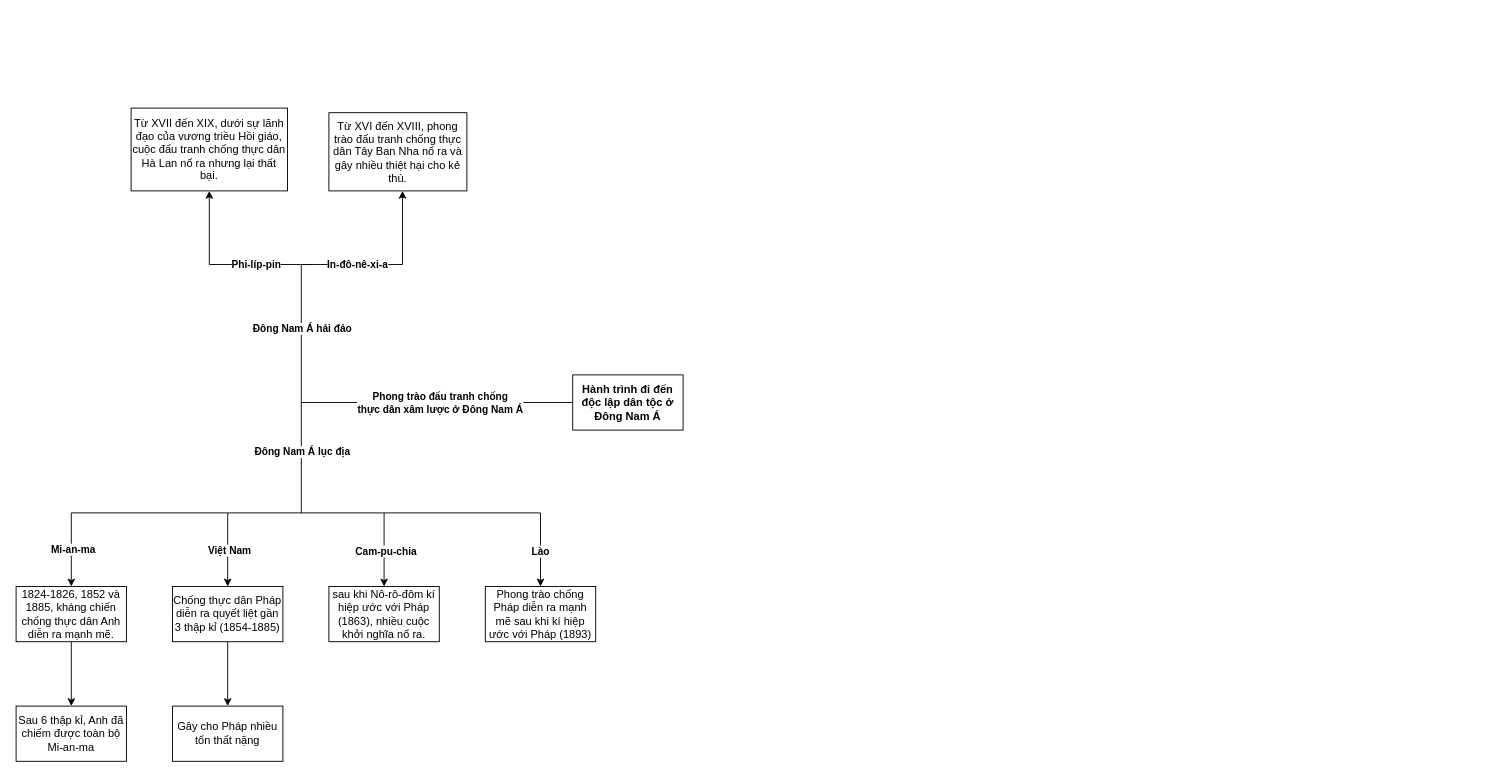
Before: Untitled Diagram.drawio in AnimeNyaruko/FlowChart, a draw.io diagram. Source tidied: cells renumbered, new cells numbered last; positions are measured from the earlier drawing's top-left corner, leaving out a move shared by most shapes. Both pictures are drawn from the tidied source at 92%, with x=0, y=0 at pixel (16, 108).
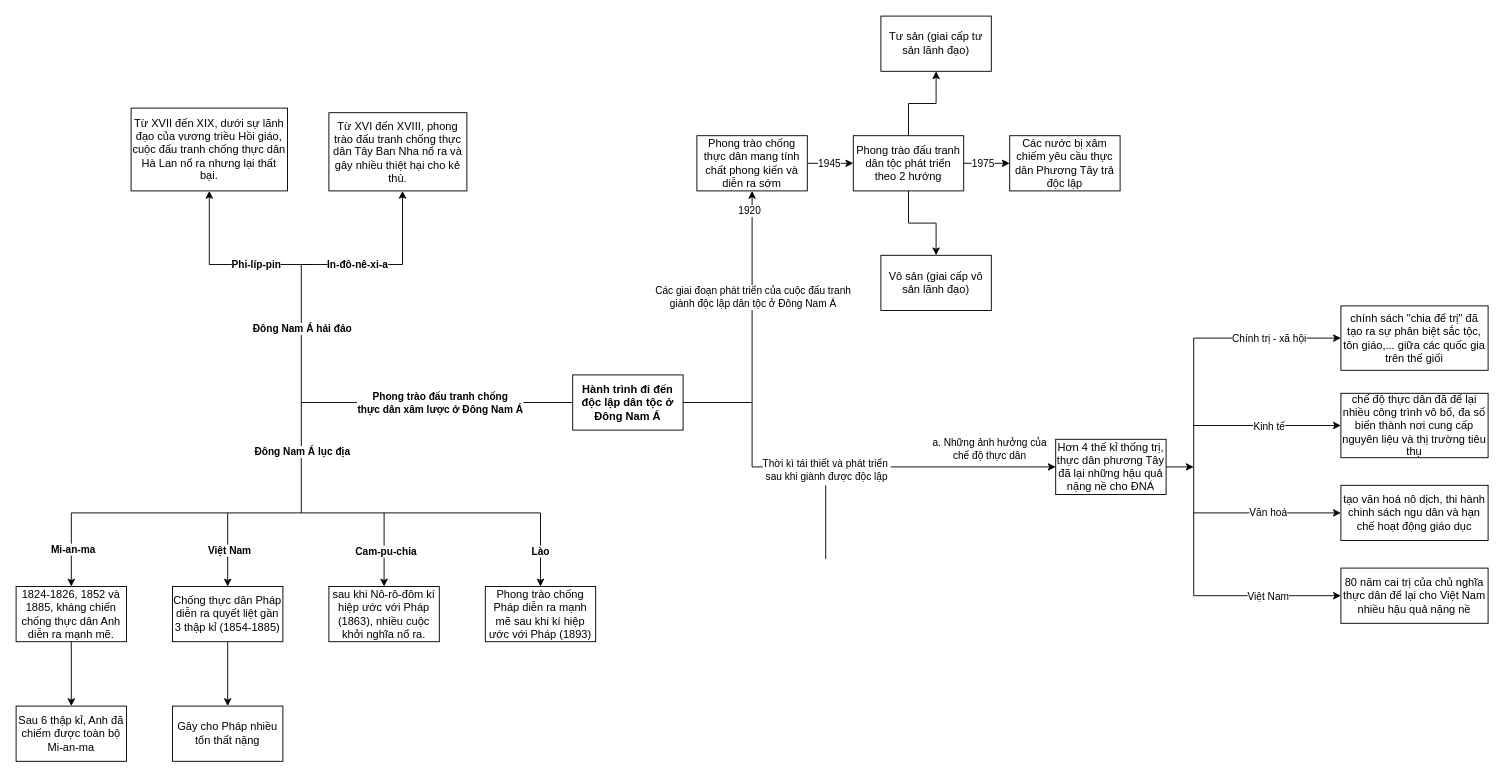
The same page after the edit.

The change refers to these unchanged cells:
```xml
<mxCell id="2" value="Hành trình đi đến độc lập dân tộc ở Đông Nam Á" style="rounded=0;whiteSpace=wrap;html=1;fontStyle=1;" parent="1" vertex="1">
  <mxGeometry x="605" y="290" width="120" height="60" as="geometry" />
</mxCell>
```

What changed in the source:
```diff
@@
+    <mxCell id="34" style="endArrow=none;html=1;rounded=0;exitX=1;exitY=0.5;exitDx=0;exitDy=0;" parent="1" edge="1" source="2">
+      <mxGeometry relative="1" as="geometry">
+        <mxPoint x="800" y="320" as="targetPoint" />
+      </mxGeometry>
+    </mxCell>
+    <mxCell id="35" style="endArrow=none;html=1;rounded=0;" parent="1" edge="1">
+      <mxGeometry relative="1" as="geometry">
+        <mxPoint x="800" y="390" as="sourcePoint" />
+        <mxPoint x="800" y="320" as="targetPoint" />
+      </mxGeometry>
+    </mxCell>
+    <mxCell id="36" style="endArrow=none;html=1;rounded=0;" parent="1" edge="1">
+      <mxGeometry relative="1" as="geometry">
+        <mxPoint x="800" y="390" as="sourcePoint" />
+        <mxPoint x="960" y="390" as="targetPoint" />
+      </mxGeometry>
+    </mxCell>
+    <mxCell id="37" value="Thời kì tái thiết và phát triển&amp;nbsp;&lt;div&gt;sau khi giành được độc lập&lt;/div&gt;" style="edgeLabel;html=1;align=center;verticalAlign=middle;" parent="36" vertex="1">
+      <mxGeometry x="-0.4" y="-3" relative="1" as="geometry">
+        <mxPoint x="32" as="offset" />
+      </mxGeometry>
+    </mxCell>
+    <mxCell id="38" style="edgeStyle=orthogonalEdgeStyle;rounded=0;jettySize=auto;html=1;entryX=0;entryY=0.5;entryDx=0;entryDy=0;" parent="1" edge="1" source="40" target="45">
+      <mxGeometry relative="1" as="geometry" />
+    </mxCell>
+    <mxCell id="39" value="1945" style="edgeLabel;html=1;align=center;verticalAlign=middle;" parent="38" vertex="1">
+      <mxGeometry x="-0.07" y="1" relative="1" as="geometry" />
+    </mxCell>
+    <mxCell id="40" value="Phong trào chống thực dân mang tính chất phong kiến và diễn ra sớm" style="rounded=0;whiteSpace=wrap;html=1;" parent="1" vertex="1">
+      <mxGeometry x="740" y="30" width="120" height="60" as="geometry" />
+    </mxCell>
+    <mxCell id="41" style="edgeStyle=orthogonalEdgeStyle;rounded=0;jettySize=auto;html=1;" parent="1" edge="1" source="45" target="50">
+      <mxGeometry relative="1" as="geometry" />
+    </mxCell>
+    <mxCell id="42" style="edgeStyle=orthogonalEdgeStyle;rounded=0;jettySize=auto;html=1;" parent="1" edge="1" source="45" target="51">
+      <mxGeometry relative="1" as="geometry" />
+    </mxCell>
+    <mxCell id="43" style="edgeStyle=orthogonalEdgeStyle;rounded=0;jettySize=auto;html=1;entryX=0;entryY=0.5;entryDx=0;entryDy=0;" parent="1" edge="1" source="45" target="46">
+      <mxGeometry relative="1" as="geometry" />
+    </mxCell>
+    <mxCell id="44" value="1975" style="edgeLabel;html=1;align=center;verticalAlign=middle;" parent="43" vertex="1">
+      <mxGeometry x="-0.21" y="-1" relative="1" as="geometry">
+        <mxPoint y="-1" as="offset" />
+      </mxGeometry>
+    </mxCell>
+    <mxCell id="45" value="Phong trào đấu tranh dân tộc phát triển theo 2 hướng" style="rounded=0;whiteSpace=wrap;html=1;" parent="1" vertex="1">
+      <mxGeometry x="910" y="30" width="120" height="60" as="geometry" />
+    </mxCell>
+    <mxCell id="46" value="Các nước bị xâm chiếm yêu cầu thực dân Phương Tây trả độc lập" style="rounded=0;whiteSpace=wrap;html=1;" parent="1" vertex="1">
+      <mxGeometry x="1080" y="30" width="120" height="60" as="geometry" />
+    </mxCell>
+    <mxCell id="47" style="endArrow=classic;html=1;rounded=0;" parent="1" edge="1">
+      <mxGeometry relative="1" as="geometry">
+        <mxPoint x="800" y="320" as="sourcePoint" />
+        <mxPoint x="800" y="90" as="targetPoint" />
+      </mxGeometry>
+    </mxCell>
+    <mxCell id="48" value="Các giai đoạn phát triển của cuộc đấu tranh&lt;div&gt;giành độc lập dân tộc ở Đông Nam Á&lt;/div&gt;" style="edgeLabel;html=1;align=center;verticalAlign=middle;" parent="47" vertex="1">
+      <mxGeometry relative="1" as="geometry" />
+    </mxCell>
+    <mxCell id="49" value="1920" style="edgeLabel;html=1;align=right;verticalAlign=bottom;" parent="47" vertex="1">
+      <mxGeometry x="1" relative="1" as="geometry">
+        <mxPoint x="10" y="30" as="offset" />
+      </mxGeometry>
+    </mxCell>
+    <mxCell id="50" value="Tư sản (giai cấp tư sản lãnh đạo)" style="whiteSpace=wrap;html=1;rounded=0;" parent="1" vertex="1">
+      <mxGeometry x="940" y="-100" width="120" height="60" as="geometry" />
+    </mxCell>
+    <mxCell id="51" value="Vô sản (giai cấp vô sản lãnh đạo)" style="whiteSpace=wrap;html=1;rounded=0;" parent="1" vertex="1">
+      <mxGeometry x="940" y="160" width="120" height="60" as="geometry" />
+    </mxCell>
+    <mxCell id="52" style="endArrow=none;html=1;rounded=0;" parent="1" edge="1">
+      <mxGeometry relative="1" as="geometry">
+        <mxPoint x="880" y="410" as="sourcePoint" />
+        <mxPoint x="880" y="490" as="targetPoint" />
+      </mxGeometry>
+    </mxCell>
+    <mxCell id="53" style="endArrow=none;html=1;rounded=0;flowAnimation=0;shadow=0;strokeColor=default;anchorPointDirection=1;snapToPoint=0;" parent="1" edge="1">
+      <mxGeometry relative="1" as="geometry">
+        <mxPoint x="1280" y="530" as="sourcePoint" />
+        <mxPoint x="1280" y="250" as="targetPoint" />
+      </mxGeometry>
+    </mxCell>
+    <mxCell id="54" value="chính sách &quot;chia để trị&quot; đã tạo ra sự phân biệt sắc tộc, tôn giáo,... giữa các quốc gia trên thế giối" style="rounded=0;whiteSpace=wrap;html=1;" parent="1" vertex="1">
+      <mxGeometry x="1440" y="215" width="160" height="70" as="geometry" />
+    </mxCell>
+    <mxCell id="55" style="endArrow=classic;html=1;rounded=0;" parent="1" edge="1">
+      <mxGeometry relative="1" as="geometry">
+        <mxPoint x="960" y="390" as="sourcePoint" />
+        <mxPoint x="1130" y="390" as="targetPoint" />
+      </mxGeometry>
+    </mxCell>
+    <mxCell id="56" value="a. Những ảnh hưởng của&lt;div&gt;chế độ thực dân&lt;/div&gt;" style="edgeLabel;html=1;align=center;verticalAlign=middle;" parent="55" vertex="1">
+      <mxGeometry x="0.51" y="3" relative="1" as="geometry">
+        <mxPoint x="-31" y="-17" as="offset" />
+      </mxGeometry>
+    </mxCell>
+    <mxCell id="57" value="Hơn 4 thế kỉ thống trị, thực dân phương Tây đã lại những hậu quả nặng nề cho ĐNÁ" style="rounded=0;whiteSpace=wrap;html=1;" parent="1" vertex="1">
+      <mxGeometry x="1130" y="360" width="120" height="60" as="geometry" />
+    </mxCell>
+    <mxCell id="58" style="endArrow=classic;html=1;rounded=0;exitX=1;exitY=0.5;exitDx=0;exitDy=0;" parent="1" edge="1" source="57">
+      <mxGeometry relative="1" as="geometry">
+        <mxPoint x="1280" y="390" as="targetPoint" />
+      </mxGeometry>
+    </mxCell>
+    <mxCell id="59" value="chế độ thực dân đã để lại nhiều công trình vô bổ, đa số biến thành nơi cung cấp nguyên liệu và thị trường tiêu thụ" style="rounded=0;whiteSpace=wrap;html=1;" parent="1" vertex="1">
+      <mxGeometry x="1440" y="310" width="160" height="70" as="geometry" />
+    </mxCell>
+    <mxCell id="60" value="tạo văn hoá nô dịch, thi hành chinh sách ngu dân và hạn chế hoạt động giáo dục" style="rounded=0;whiteSpace=wrap;html=1;" parent="1" vertex="1">
+      <mxGeometry x="1440" y="410" width="160" height="60" as="geometry" />
+    </mxCell>
+    <mxCell id="61" value="80 năm cai trị của chủ nghĩa thực dân để lại cho Việt Nam nhiều hậu quả nặng nề" style="rounded=0;whiteSpace=wrap;html=1;" parent="1" vertex="1">
+      <mxGeometry x="1440" y="500" width="160" height="60" as="geometry" />
+    </mxCell>
+    <mxCell id="62" style="endArrow=classic;html=1;rounded=0;entryX=0;entryY=0.5;entryDx=0;entryDy=0;" parent="1" edge="1" target="61">
+      <mxGeometry relative="1" as="geometry">
+        <mxPoint x="1280" y="530" as="sourcePoint" />
+      </mxGeometry>
+    </mxCell>
+    <mxCell id="63" value="Việt Nam" style="edgeLabel;html=1;align=center;verticalAlign=middle;" parent="62" vertex="1">
+      <mxGeometry x="-0.43" y="1" relative="1" as="geometry">
+        <mxPoint x="34" y="1" as="offset" />
+      </mxGeometry>
+    </mxCell>
+    <mxCell id="64" style="endArrow=classic;html=1;rounded=0;entryX=0;entryY=0.5;entryDx=0;entryDy=0;" parent="1" edge="1" target="60">
+      <mxGeometry relative="1" as="geometry">
+        <mxPoint x="1280" y="440" as="sourcePoint" />
+      </mxGeometry>
+    </mxCell>
+    <mxCell id="65" value="Văn hoá" style="edgeLabel;html=1;align=center;verticalAlign=middle;" parent="64" vertex="1">
+      <mxGeometry x="-0.24" y="1" relative="1" as="geometry">
+        <mxPoint x="19" as="offset" />
+      </mxGeometry>
+    </mxCell>
+    <mxCell id="66" style="endArrow=classic;html=1;rounded=0;entryX=0;entryY=0.5;entryDx=0;entryDy=0;" parent="1" edge="1" target="59">
+      <mxGeometry relative="1" as="geometry">
+        <mxPoint x="1280" y="345" as="sourcePoint" />
+      </mxGeometry>
+    </mxCell>
+    <mxCell id="67" value="Kinh tế" style="edgeLabel;html=1;align=center;verticalAlign=middle;" parent="66" vertex="1">
+      <mxGeometry x="-0.33" y="-1" relative="1" as="geometry">
+        <mxPoint x="27" y="-1" as="offset" />
+      </mxGeometry>
+    </mxCell>
+    <mxCell id="68" style="endArrow=classic;html=1;rounded=0;entryX=0;entryY=0.5;entryDx=0;entryDy=0;" parent="1" edge="1" target="54">
+      <mxGeometry relative="1" as="geometry">
+        <mxPoint x="1280" y="250" as="sourcePoint" />
+      </mxGeometry>
+    </mxCell>
+    <mxCell id="69" value="Chính trị - xã hội" style="edgeLabel;html=1;align=center;verticalAlign=middle;" parent="68" vertex="1">
+      <mxGeometry x="-0.28" y="-1" relative="1" as="geometry">
+        <mxPoint x="23" y="-1" as="offset" />
+      </mxGeometry>
+    </mxCell>
```
